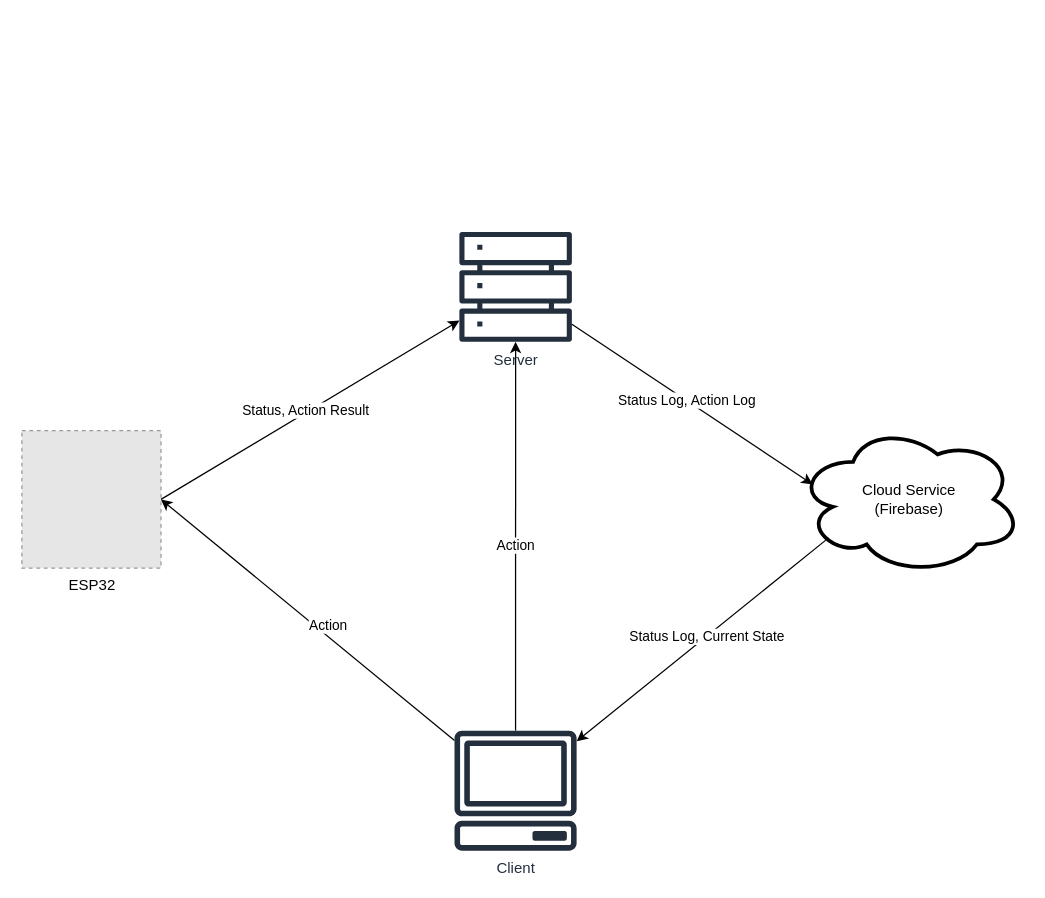
dev-tronghieu/laplalaplanh keeps this draw.io diagram as system_design.drawio. Above is the earlier version. Source tidied: cells renumbered, new cells numbered last; positions are measured from the earlier drawing's top-left corner, leaving out a move shared by most shapes. Both pictures are drawn from the tidied source at 125%, with x=0, y=0 at pixel (21, 230). Pictures stored in the file or linked from it are replaced by grey dashed boxes.
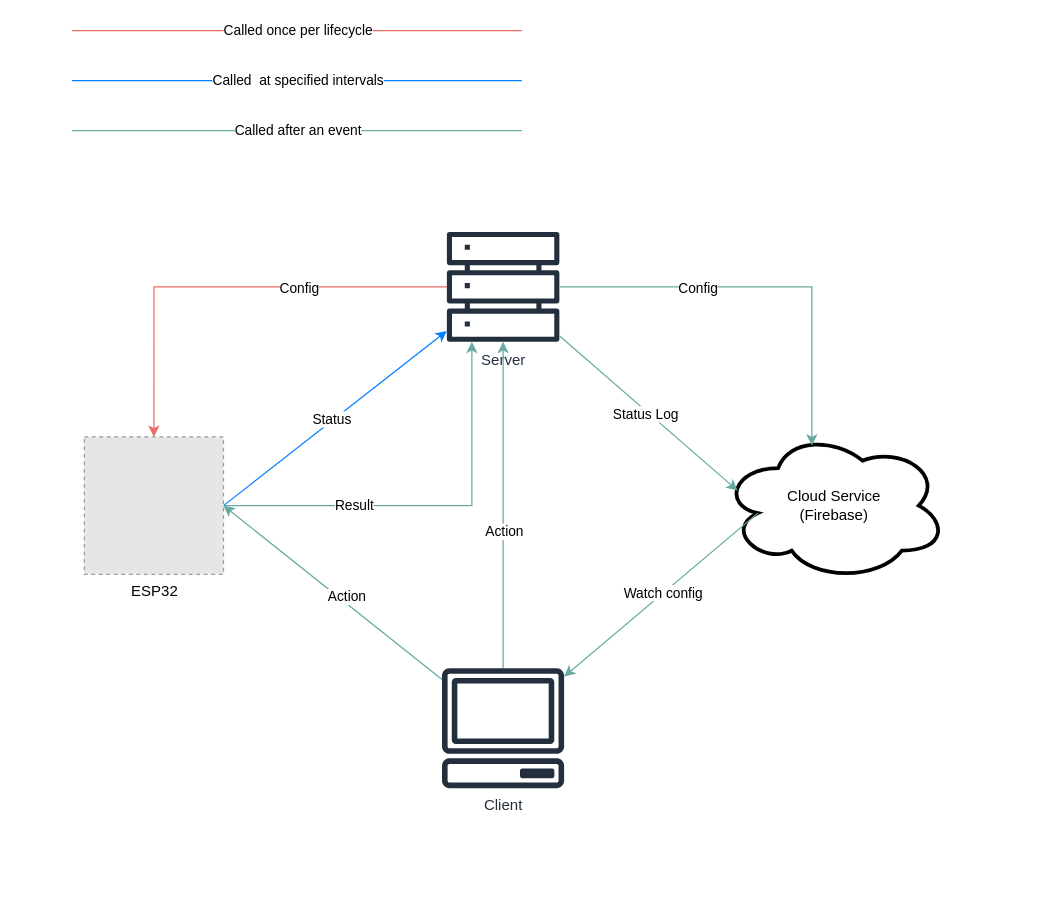
The same page after the edit.

What changed in the source:
```diff
@@
     <mxCell id="2" value="Cloud Service&lt;br&gt;(Firebase)" style="ellipse;shape=cloud;whiteSpace=wrap;html=1;strokeWidth=3;" parent="1" vertex="1">
-      <mxGeometry x="620" y="155" width="180" height="120" as="geometry" />
+      <mxGeometry x="560" y="160" width="180" height="120" as="geometry" />
     </mxCell>
+    <mxCell id="16" style="edgeStyle=orthogonalEdgeStyle;rounded=0;jettySize=auto;html=1;entryX=0.5;entryY=0;entryDx=0;entryDy=0;strokeColor=#EA6B66;" parent="1" edge="1" source="3" target="6">
+      <mxGeometry relative="1" as="geometry" />
+    </mxCell>
+    <mxCell id="17" value="Config" style="edgeLabel;html=1;align=center;verticalAlign=middle;" parent="16" vertex="1">
+      <mxGeometry x="-0.33" relative="1" as="geometry" />
+    </mxCell>
     <mxCell id="3" value="Server" style="sketch=0;outlineConnect=0;fontColor=#232F3E;gradientColor=none;fillColor=#232F3D;strokeColor=none;dashed=0;verticalLabelPosition=bottom;verticalAlign=top;align=center;html=1;fontSize=12;fontStyle=0;shape=mxgraph.aws4.servers;" parent="1" vertex="1">
-      <mxGeometry x="350" width="90" height="90" as="geometry" />
+      <mxGeometry x="340" width="90" height="90" as="geometry" />
     </mxCell>
-    <mxCell id="4" style="shape=connector;rounded=0;jettySize=auto;html=1;labelBackgroundColor=default;strokeColor=default;align=center;verticalAlign=middle;fontFamily=Helvetica;fontSize=11;fontColor=default;endArrow=classic;exitX=1;exitY=0.5;exitDx=0;exitDy=0;" parent="1" edge="1" source="6" target="3">
+    <mxCell id="4" style="shape=connector;rounded=0;jettySize=auto;html=1;labelBackgroundColor=default;strokeColor=#007FFF;align=center;verticalAlign=middle;fontFamily=Helvetica;fontSize=11;fontColor=default;endArrow=classic;exitX=1;exitY=0.5;exitDx=0;exitDy=0;" parent="1" edge="1" source="6" target="3">
       <mxGeometry relative="1" as="geometry" />
     </mxCell>
-    <mxCell id="5" value="Status, Action Result" style="edgeLabel;html=1;align=center;verticalAlign=middle;fontSize=11;fontFamily=Helvetica;fontColor=default;" parent="4" vertex="1">
+    <mxCell id="5" value="Status" style="edgeLabel;html=1;align=center;verticalAlign=middle;fontSize=11;fontFamily=Helvetica;fontColor=default;" parent="4" vertex="1">
       <mxGeometry x="-0.02" y="2" relative="1" as="geometry" />
     </mxCell>
+    <mxCell id="18" style="edgeStyle=orthogonalEdgeStyle;rounded=0;jettySize=auto;html=1;strokeColor=#67AB9F;" parent="1" edge="1" source="6" target="3">
+      <mxGeometry relative="1" as="geometry">
+        <Array as="points">
+          <mxPoint x="360" y="220" />
+        </Array>
+      </mxGeometry>
+    </mxCell>
+    <mxCell id="19" value="Result" style="edgeLabel;html=1;align=center;verticalAlign=middle;" parent="18" vertex="1">
+      <mxGeometry x="-0.37" y="1" relative="1" as="geometry" />
+    </mxCell>
     <mxCell id="6" value="ESP32" style="fillColor=#E6E6E6;strokeColor=#999999;dashed=1;html=1;verticalAlign=top;verticalLabelPosition=bottom;labelBackgroundColor=#ffffff;" parent="1" vertex="1">
-      <mxGeometry y="160" width="111.3" height="110" as="geometry" />
+      <mxGeometry x="50" y="165" width="111.3" height="110" as="geometry" />
     </mxCell>
-    <mxCell id="7" style="rounded=0;jettySize=auto;html=1;entryX=1;entryY=0.5;entryDx=0;entryDy=0;" parent="1" edge="1" source="15" target="6">
+    <mxCell id="7" style="rounded=0;jettySize=auto;html=1;entryX=1;entryY=0.5;entryDx=0;entryDy=0;strokeColor=#67AB9F;" parent="1" edge="1" source="15" target="6">
       <mxGeometry relative="1" as="geometry" />
     </mxCell>
     <mxCell id="8" value="Action" style="edgeLabel;html=1;align=center;verticalAlign=middle;fontSize=11;fontFamily=Helvetica;fontColor=default;" parent="7" vertex="1">
       <mxGeometry x="-0.01" y="2" relative="1" as="geometry">
-        <mxPoint x="16" y="1" as="offset" />
+        <mxPoint x="11" y="1" as="offset" />
       </mxGeometry>
     </mxCell>
-    <mxCell id="9" style="edgeStyle=none;shape=connector;rounded=0;jettySize=auto;html=1;entryX=0.07;entryY=0.4;entryDx=0;entryDy=0;entryPerimeter=0;labelBackgroundColor=default;strokeColor=default;align=center;verticalAlign=middle;fontFamily=Helvetica;fontSize=11;fontColor=default;endArrow=classic;" parent="1" edge="1" source="3" target="2">
+    <mxCell id="9" style="edgeStyle=none;shape=connector;rounded=0;jettySize=auto;html=1;entryX=0.07;entryY=0.4;entryDx=0;entryDy=0;entryPerimeter=0;labelBackgroundColor=default;strokeColor=#67AB9F;align=center;verticalAlign=middle;fontFamily=Helvetica;fontSize=11;fontColor=default;endArrow=classic;" parent="1" edge="1" source="3" target="2">
       <mxGeometry relative="1" as="geometry" />
     </mxCell>
-    <mxCell id="10" value="Status Log, Action Log" style="edgeLabel;html=1;align=center;verticalAlign=middle;fontSize=11;fontFamily=Helvetica;fontColor=default;" parent="9" vertex="1">
-      <mxGeometry x="-0.06" relative="1" as="geometry">
-        <mxPoint x="1" as="offset" />
-      </mxGeometry>
-    </mxCell>
-    <mxCell id="11" style="edgeStyle=none;shape=connector;rounded=0;jettySize=auto;html=1;labelBackgroundColor=default;strokeColor=default;align=center;verticalAlign=middle;fontFamily=Helvetica;fontSize=11;fontColor=default;endArrow=classic;exitX=0.13;exitY=0.77;exitDx=0;exitDy=0;exitPerimeter=0;" parent="1" edge="1" source="2" target="15">
-      <mxGeometry relative="1" as="geometry" />
-    </mxCell>
-    <mxCell id="12" value="Status Log, Current State" style="edgeLabel;html=1;align=center;verticalAlign=middle;fontSize=11;fontFamily=Helvetica;fontColor=default;" parent="11" vertex="1">
-      <mxGeometry x="-0.04" relative="1" as="geometry" />
-    </mxCell>
+    <mxCell id="20" value="Status Log" style="edgeLabel;html=1;align=center;verticalAlign=middle;" parent="9" vertex="1">
+      <mxGeometry x="-0.02" y="-2" relative="1" as="geometry" />
+    </mxCell>
-    <mxCell id="13" style="edgeStyle=none;shape=connector;rounded=0;jettySize=auto;html=1;labelBackgroundColor=default;strokeColor=default;align=center;verticalAlign=middle;fontFamily=Helvetica;fontSize=11;fontColor=default;endArrow=classic;" parent="1" edge="1" source="15" target="3">
+    <mxCell id="13" style="edgeStyle=orthogonalEdgeStyle;rounded=0;jettySize=auto;html=1;strokeColor=#67AB9F;" parent="1" edge="1" source="15" target="3">
       <mxGeometry relative="1" as="geometry" />
     </mxCell>
-    <mxCell id="14" value="Action" style="edgeLabel;html=1;align=center;verticalAlign=middle;fontSize=11;fontFamily=Helvetica;fontColor=default;" parent="13" vertex="1">
-      <mxGeometry x="-0.04" relative="1" as="geometry" />
+    <mxCell id="14" value="Action" style="edgeLabel;html=1;align=center;verticalAlign=middle;" parent="13" vertex="1">
+      <mxGeometry x="0.02" y="2" relative="1" as="geometry">
+        <mxPoint x="2" y="23" as="offset" />
+      </mxGeometry>
     </mxCell>
     <mxCell id="15" value="Client" style="sketch=0;outlineConnect=0;fontColor=#232F3E;gradientColor=none;fillColor=#232F3D;strokeColor=none;dashed=0;verticalLabelPosition=bottom;verticalAlign=top;align=center;html=1;fontSize=12;fontStyle=0;shape=mxgraph.aws4.client;fontFamily=Helvetica;" parent="1" vertex="1">
-      <mxGeometry x="345.7" y="400" width="98.5" height="96" as="geometry" />
+      <mxGeometry x="335.7" y="350" width="98.5" height="96" as="geometry" />
     </mxCell>
+    <mxCell id="21" style="endArrow=none;html=1;rounded=0;strokeColor=#EA6B66;" parent="1" edge="1">
+      <mxGeometry relative="1" as="geometry">
+        <mxPoint x="40" y="-160" as="sourcePoint" />
+        <mxPoint x="400" y="-160" as="targetPoint" />
+      </mxGeometry>
+    </mxCell>
+    <mxCell id="22" value="Called once per lifecycle" style="edgeLabel;html=1;align=center;verticalAlign=middle;" parent="21" vertex="1">
+      <mxGeometry y="1" relative="1" as="geometry" />
+    </mxCell>
+    <mxCell id="23" style="endArrow=none;html=1;rounded=0;strokeColor=#007FFF;" parent="1" edge="1">
+      <mxGeometry relative="1" as="geometry">
+        <mxPoint x="40" y="-120" as="sourcePoint" />
+        <mxPoint x="400" y="-120" as="targetPoint" />
+      </mxGeometry>
+    </mxCell>
+    <mxCell id="24" value="Called&amp;nbsp; at specified intervals" style="edgeLabel;html=1;align=center;verticalAlign=middle;" parent="23" vertex="1">
+      <mxGeometry y="1" relative="1" as="geometry" />
+    </mxCell>
+    <mxCell id="25" style="endArrow=none;html=1;rounded=0;strokeColor=#67AB9F;" parent="1" edge="1">
+      <mxGeometry relative="1" as="geometry">
+        <mxPoint x="40" y="-80" as="sourcePoint" />
+        <mxPoint x="400" y="-80" as="targetPoint" />
+      </mxGeometry>
+    </mxCell>
+    <mxCell id="26" value="Called after an event" style="edgeLabel;html=1;align=center;verticalAlign=middle;" parent="25" vertex="1">
+      <mxGeometry y="1" relative="1" as="geometry" />
+    </mxCell>
+    <mxCell id="11" style="rounded=0;jettySize=auto;html=1;strokeColor=#67AB9F;exitX=0.16;exitY=0.55;exitDx=0;exitDy=0;exitPerimeter=0;" parent="1" edge="1" source="2" target="15">
+      <mxGeometry relative="1" as="geometry" />
+    </mxCell>
+    <mxCell id="27" value="Watch config" style="edgeLabel;html=1;align=center;verticalAlign=middle;" parent="11" vertex="1">
+      <mxGeometry x="-0.02" y="-1" relative="1" as="geometry" />
+    </mxCell>
+    <mxCell id="28" style="edgeStyle=orthogonalEdgeStyle;rounded=0;jettySize=auto;html=1;entryX=0.4;entryY=0.1;entryDx=0;entryDy=0;entryPerimeter=0;strokeColor=#67AB9F;" parent="1" edge="1" source="3" target="2">
+      <mxGeometry relative="1" as="geometry" />
+    </mxCell>
+    <mxCell id="29" value="Config" style="edgeLabel;html=1;align=center;verticalAlign=middle;" parent="28" vertex="1">
+      <mxGeometry x="-0.33" relative="1" as="geometry" />
+    </mxCell>
```
